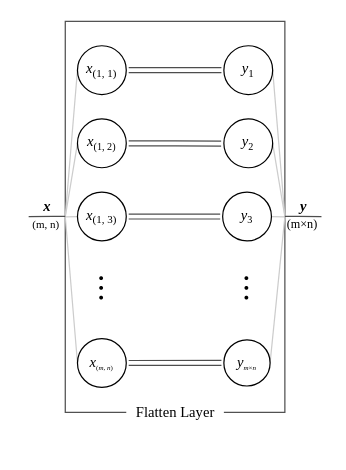
This is page "flatten" (3 of 3) of img/layers.drawio from dragoon8192/LaundryTag, a draw.io file, before an edit. Source tidied: cells renumbered, new cells numbered last; positions are measured from the earlier drawing's top-left corner, leaving out a move shared by most shapes. Both pictures are drawn from the tidied source at 122%, with x=0, y=0 at pixel (21, 21).
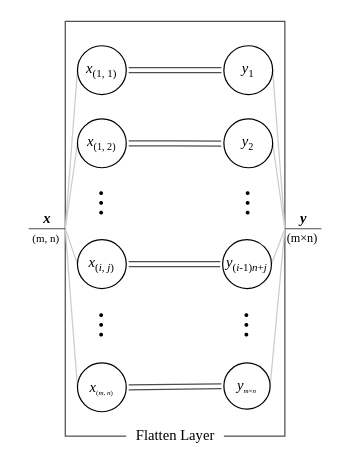
The same diagram, later.

Commit message:
layers.drawio を更新します

Unchanged cells that the change refers to:
```xml
<mxCell id="17" value="&lt;font size=&quot;1&quot; face=&quot;Times New Roman&quot;&gt;&lt;i style=&quot;font-size: 12px;&quot;&gt;x&lt;/i&gt;&lt;/font&gt;&lt;font size=&quot;1&quot; face=&quot;Times New Roman&quot; style=&quot;&quot;&gt;&lt;sub style=&quot;font-size: 9px;&quot;&gt;(1, 1)&lt;/sub&gt;&lt;/font&gt;" style="ellipse;whiteSpace=wrap;html=1;" parent="1" vertex="1">
  <mxGeometry x="46" y="20" width="40" height="40" as="geometry" />
</mxCell>
<mxCell id="24" value="&lt;font size=&quot;1&quot; face=&quot;Times New Roman&quot;&gt;&lt;i style=&quot;font-size: 12px;&quot;&gt;y&lt;/i&gt;&lt;/font&gt;&lt;font face=&quot;Times New Roman&quot; style=&quot;font-size: 10px;&quot;&gt;&lt;sub&gt;2&lt;/sub&gt;&lt;/font&gt;" style="ellipse;whiteSpace=wrap;html=1;" parent="1" vertex="1">
  <mxGeometry x="166" y="80" width="40" height="40" as="geometry" />
</mxCell>
<mxCell id="25" value="&lt;font face=&quot;Times New Roman&quot; style=&quot;&quot;&gt;&lt;span style=&quot;font-size: 12px;&quot;&gt;&lt;i style=&quot;&quot;&gt;y&lt;/i&gt;&lt;/span&gt;&lt;sub style=&quot;font-size: 9px;&quot;&gt;1&lt;/sub&gt;&lt;/font&gt;" style="ellipse;whiteSpace=wrap;html=1;" parent="1" vertex="1">
  <mxGeometry x="166" y="20" width="40" height="40" as="geometry" />
</mxCell>
```

What changed in the source:
```diff
@@
+    <mxCell id="28" value="&lt;font style=&quot;font-size: 9px;&quot;&gt;(m, n)&lt;/font&gt;" style="text;html=1;align=center;verticalAlign=middle;strokeColor=none;fillColor=none;fontSize=18;fontFamily=Times New Roman;spacing=0;labelBackgroundColor=none;" parent="1" vertex="1">
+      <mxGeometry y="160" width="40" height="30" as="geometry" />
+    </mxCell>
+    <mxCell id="29" value="&lt;font size=&quot;1&quot;&gt;(m×n)&lt;/font&gt;" style="text;html=1;align=center;verticalAlign=middle;strokeColor=none;fillColor=none;fontSize=18;fontFamily=Times New Roman;spacing=0;labelBackgroundColor=none;" parent="1" vertex="1">
+      <mxGeometry x="210" y="160" width="40" height="30" as="geometry" />
+    </mxCell>
     <mxCell id="2" style="rounded=0;whiteSpace=wrap;html=1;strokeWidth=1;fontFamily=Times New Roman;fontSize=12;fontColor=default;fillColor=none;strokeColor=#4D4D4D;" parent="1" vertex="1">
-      <mxGeometry x="36" width="180" height="320.5" as="geometry" />
+      <mxGeometry x="36" width="180" height="340" as="geometry" />
     </mxCell>
     <mxCell id="3" style="endArrow=none;html=1;rounded=0;strokeColor=#CCCCCC;entryX=1;entryY=0.5;entryDx=0;entryDy=0;" parent="1" edge="1" target="25">
       <mxGeometry relative="1" as="geometry">
-        <mxPoint x="216" y="160" as="sourcePoint" />
+        <mxPoint x="216" y="170" as="sourcePoint" />
       </mxGeometry>
     </mxCell>
     <mxCell id="4" style="endArrow=none;html=1;rounded=0;strokeColor=#CCCCCC;entryX=1;entryY=0.5;entryDx=0;entryDy=0;" parent="1" edge="1" target="24">
       <mxGeometry relative="1" as="geometry">
-        <mxPoint x="216" y="160" as="sourcePoint" />
+        <mxPoint x="216" y="170" as="sourcePoint" />
       </mxGeometry>
     </mxCell>
@@
     <mxCell id="6" style="endArrow=none;html=1;rounded=0;strokeColor=#CCCCCC;exitX=1;exitY=0.5;exitDx=0;exitDy=0;" parent="1" edge="1" source="22">
       <mxGeometry relative="1" as="geometry">
-        <mxPoint x="216" y="160" as="targetPoint" />
+        <mxPoint x="216" y="170" as="targetPoint" />
       </mxGeometry>
     </mxCell>
     <mxCell id="7" style="endArrow=none;html=1;rounded=0;strokeColor=#CCCCCC;entryX=0;entryY=0.5;entryDx=0;entryDy=0;" parent="1" edge="1" target="17">
       <mxGeometry relative="1" as="geometry">
-        <mxPoint x="36" y="160" as="sourcePoint" />
+        <mxPoint x="36" y="170" as="sourcePoint" />
       </mxGeometry>
     </mxCell>
@@
     <mxCell id="10" style="endArrow=none;html=1;rounded=0;strokeColor=#CCCCCC;entryX=0;entryY=0.5;entryDx=0;entryDy=0;" parent="1" edge="1" target="20">
       <mxGeometry relative="1" as="geometry">
-        <mxPoint x="36" y="160" as="sourcePoint" />
+        <mxPoint x="36" y="170" as="sourcePoint" />
       </mxGeometry>
     </mxCell>
@@
-    <mxCell id="13" value="&lt;b&gt;&lt;i&gt;x&lt;/i&gt;&lt;/b&gt;" style="endArrow=none;html=1;rounded=0;labelBackgroundColor=default;sketch=0;strokeColor=#4D4D4D;strokeWidth=1;fontFamily=Times New Roman;fontSize=12;fontColor=default;startSize=4;endSize=4;sourcePerimeterSpacing=0;targetPerimeterSpacing=0;shape=connector;jumpStyle=none;jumpSize=4;spacing=1;spacingLeft=0;labelBorderColor=none;verticalAlign=bottom;labelPosition=center;verticalLabelPosition=middle;align=center;" parent="1" edge="1">
+    <mxCell id="13" value="&lt;b&gt;&lt;i&gt;x&lt;/i&gt;&lt;/b&gt;" style="endArrow=none;html=1;rounded=0;labelBackgroundColor=default;sketch=0;strokeColor=#4D4D4D;strokeWidth=1;fontFamily=Times New Roman;fontSize=12;fontColor=default;startSize=4;endSize=4;sourcePerimeterSpacing=0;targetPerimeterSpacing=0;shape=connector;jumpStyle=none;jumpSize=4;spacing=1;spacingLeft=0;labelBorderColor=none;verticalAlign=bottom;labelPosition=center;verticalLabelPosition=middle;align=center;entryX=0;entryY=0.5;entryDx=0;entryDy=0;" parent="1" edge="1" target="2">
       <mxGeometry relative="1" as="geometry">
-        <mxPoint x="6" y="160" as="sourcePoint" />
-        <mxPoint x="36" y="159.8" as="targetPoint" />
-        <Array as="points">
-          <mxPoint x="26" y="159.8" />
-        </Array>
+        <mxPoint x="6" y="170" as="sourcePoint" />
       </mxGeometry>
     </mxCell>
@@
     <mxCell id="16" value="&lt;b&gt;&lt;i&gt;y&lt;/i&gt;&lt;/b&gt;" style="endArrow=none;html=1;rounded=0;labelBackgroundColor=default;sketch=0;strokeColor=#4D4D4D;strokeWidth=1;fontFamily=Times New Roman;fontSize=12;fontColor=default;startSize=4;endSize=4;sourcePerimeterSpacing=0;targetPerimeterSpacing=0;shape=connector;jumpStyle=none;jumpSize=4;spacing=1;spacingLeft=0;labelBorderColor=none;verticalAlign=bottom;" parent="1" edge="1">
       <mxGeometry relative="1" as="geometry">
-        <mxPoint x="216" y="159.8" as="sourcePoint" />
-        <mxPoint x="246" y="160" as="targetPoint" />
-        <Array as="points">
-          <mxPoint x="226" y="159.8" />
-        </Array>
+        <mxPoint x="216" y="170" as="sourcePoint" />
+        <mxPoint x="246" y="170" as="targetPoint" />
       </mxGeometry>
     </mxCell>
@@
-    <mxCell id="19" value="&lt;font size=&quot;1&quot; face=&quot;Times New Roman&quot;&gt;&lt;i style=&quot;font-size: 12px;&quot;&gt;x&lt;/i&gt;&lt;/font&gt;&lt;font size=&quot;1&quot; face=&quot;Times New Roman&quot; style=&quot;&quot;&gt;&lt;sub style=&quot;font-size: 9px;&quot;&gt;(1, 3)&lt;/sub&gt;&lt;/font&gt;" style="ellipse;whiteSpace=wrap;html=1;" parent="1" vertex="1">
-      <mxGeometry x="46" y="140" width="40" height="40" as="geometry" />
+    <mxCell id="19" value="&lt;font size=&quot;1&quot; face=&quot;Times New Roman&quot;&gt;&lt;i style=&quot;font-size: 12px;&quot;&gt;x&lt;/i&gt;&lt;/font&gt;&lt;font size=&quot;1&quot; face=&quot;Times New Roman&quot; style=&quot;&quot;&gt;&lt;sub style=&quot;font-size: 9px;&quot;&gt;(&lt;i&gt;i&lt;/i&gt;, &lt;i&gt;j&lt;/i&gt;)&lt;/sub&gt;&lt;/font&gt;" style="ellipse;whiteSpace=wrap;html=1;" parent="1" vertex="1">
+      <mxGeometry x="46" y="179" width="40" height="40" as="geometry" />
     </mxCell>
     <mxCell id="20" value="&lt;font face=&quot;Times New Roman&quot;&gt;&lt;i style=&quot;font-size: 12px;&quot;&gt;x&lt;/i&gt;&lt;span style=&quot;font-size: 6.94444px;&quot;&gt;&lt;sub style=&quot;&quot;&gt;(&lt;i&gt;m&lt;/i&gt;, &lt;i&gt;n&lt;/i&gt;)&lt;/sub&gt;&lt;/span&gt;&lt;/font&gt;" style="ellipse;whiteSpace=wrap;html=1;" parent="1" vertex="1">
-      <mxGeometry x="46" y="260" width="40" height="40" as="geometry" />
+      <mxGeometry x="46" y="280" width="40" height="40" as="geometry" />
     </mxCell>
     <mxCell id="21" value="Flatten Layer" style="text;html=1;align=center;verticalAlign=middle;strokeColor=none;fillColor=default;fontSize=12;fontFamily=Times New Roman;fontColor=default;spacing=0;" parent="1" vertex="1">
-      <mxGeometry x="86" y="311" width="80" height="20" as="geometry" />
+      <mxGeometry x="86" y="330" width="80" height="20" as="geometry" />
     </mxCell>
     <mxCell id="22" value="&lt;font face=&quot;Times New Roman&quot;&gt;&lt;i style=&quot;font-size: 12px;&quot;&gt;y&lt;/i&gt;&lt;span style=&quot;font-size: 6.94444px;&quot;&gt;&lt;sub style=&quot;&quot;&gt;&lt;i&gt;m&lt;/i&gt;×&lt;i&gt;n&lt;/i&gt;&lt;/sub&gt;&lt;/span&gt;&lt;/font&gt;" style="ellipse;whiteSpace=wrap;html=1;" parent="1" vertex="1">
-      <mxGeometry x="166" y="261" width="37.9" height="37.9" as="geometry" />
+      <mxGeometry x="166" y="280" width="37.9" height="37.9" as="geometry" />
     </mxCell>
-    <mxCell id="23" value="&lt;font size=&quot;1&quot; face=&quot;Times New Roman&quot;&gt;&lt;i style=&quot;font-size: 12px;&quot;&gt;y&lt;/i&gt;&lt;/font&gt;&lt;font face=&quot;Times New Roman&quot; style=&quot;font-size: 10px;&quot;&gt;&lt;sub&gt;3&lt;/sub&gt;&lt;/font&gt;" style="ellipse;whiteSpace=wrap;html=1;" parent="1" vertex="1">
-      <mxGeometry x="165" y="140" width="40" height="40" as="geometry" />
+    <mxCell id="23" value="&lt;font size=&quot;1&quot; face=&quot;Times New Roman&quot;&gt;&lt;i style=&quot;font-size: 12px;&quot;&gt;y&lt;/i&gt;&lt;/font&gt;&lt;font size=&quot;1&quot; face=&quot;Times New Roman&quot; style=&quot;&quot;&gt;&lt;sub style=&quot;font-size: 9px;&quot;&gt;(&lt;i&gt;i&lt;/i&gt;-1)&lt;i&gt;n&lt;/i&gt;+&lt;i&gt;j&lt;/i&gt;&lt;/sub&gt;&lt;/font&gt;" style="ellipse;whiteSpace=wrap;html=1;" parent="1" vertex="1">
+      <mxGeometry x="165" y="179" width="40" height="40" as="geometry" />
     </mxCell>
@@
     <mxCell id="26" value="&lt;span style=&quot;color: rgb(0, 0, 0); font-family: &amp;quot;Times New Roman&amp;quot;; font-size: 24px; font-style: normal; font-variant-ligatures: normal; font-variant-caps: normal; font-weight: 400; letter-spacing: normal; orphans: 2; text-indent: 0px; text-transform: none; widows: 2; word-spacing: 0px; -webkit-text-stroke-width: 0px; text-decoration-thickness: initial; text-decoration-style: initial; text-decoration-color: initial; float: none; display: inline !important;&quot;&gt;︙&lt;/span&gt;" style="text;whiteSpace=wrap;html=1;fontFamily=Times New Roman;align=center;verticalAlign=middle;fontSize=24;labelBackgroundColor=none;" parent="1" vertex="1">
-      <mxGeometry x="56" y="200" width="20" height="40" as="geometry" />
+      <mxGeometry x="56" y="230" width="20" height="40" as="geometry" />
     </mxCell>
     <mxCell id="27" value="&lt;span style=&quot;color: rgb(0, 0, 0); font-family: &amp;quot;Times New Roman&amp;quot;; font-size: 24px; font-style: normal; font-variant-ligatures: normal; font-variant-caps: normal; font-weight: 400; letter-spacing: normal; orphans: 2; text-indent: 0px; text-transform: none; widows: 2; word-spacing: 0px; -webkit-text-stroke-width: 0px; text-decoration-thickness: initial; text-decoration-style: initial; text-decoration-color: initial; float: none; display: inline !important;&quot;&gt;︙&lt;/span&gt;" style="text;whiteSpace=wrap;html=1;fontFamily=Times New Roman;align=center;verticalAlign=middle;fontSize=24;labelBackgroundColor=none;" parent="1" vertex="1">
-      <mxGeometry x="175" y="200" width="20" height="40" as="geometry" />
+      <mxGeometry x="175" y="230" width="20" height="40" as="geometry" />
     </mxCell>
-    <mxCell id="28" value="&lt;font style=&quot;font-size: 9px;&quot;&gt;(m, n)&lt;/font&gt;" style="text;html=1;align=center;verticalAlign=middle;strokeColor=none;fillColor=none;fontSize=18;fontFamily=Times New Roman;spacing=0;labelBackgroundColor=none;" parent="1" vertex="1">
-      <mxGeometry y="149" width="40" height="30" as="geometry" />
-    </mxCell>
-    <mxCell id="29" value="&lt;font size=&quot;1&quot;&gt;(m×n)&lt;/font&gt;" style="text;html=1;align=center;verticalAlign=middle;strokeColor=none;fillColor=none;fontSize=18;fontFamily=Times New Roman;spacing=0;labelBackgroundColor=none;" parent="1" vertex="1">
-      <mxGeometry x="210" y="149" width="40" height="30" as="geometry" />
-    </mxCell>
+    <mxCell id="30" value="&lt;span style=&quot;color: rgb(0, 0, 0); font-family: &amp;quot;Times New Roman&amp;quot;; font-size: 24px; font-style: normal; font-variant-ligatures: normal; font-variant-caps: normal; font-weight: 400; letter-spacing: normal; orphans: 2; text-indent: 0px; text-transform: none; widows: 2; word-spacing: 0px; -webkit-text-stroke-width: 0px; text-decoration-thickness: initial; text-decoration-style: initial; text-decoration-color: initial; float: none; display: inline !important;&quot;&gt;︙&lt;/span&gt;" style="text;whiteSpace=wrap;html=1;fontFamily=Times New Roman;align=center;verticalAlign=middle;fontSize=24;labelBackgroundColor=none;" parent="1" vertex="1">
+      <mxGeometry x="176" y="130" width="20" height="40" as="geometry" />
+    </mxCell>
+    <mxCell id="31" value="&lt;span style=&quot;color: rgb(0, 0, 0); font-family: &amp;quot;Times New Roman&amp;quot;; font-size: 24px; font-style: normal; font-variant-ligatures: normal; font-variant-caps: normal; font-weight: 400; letter-spacing: normal; orphans: 2; text-indent: 0px; text-transform: none; widows: 2; word-spacing: 0px; -webkit-text-stroke-width: 0px; text-decoration-thickness: initial; text-decoration-style: initial; text-decoration-color: initial; float: none; display: inline !important;&quot;&gt;︙&lt;/span&gt;" style="text;whiteSpace=wrap;html=1;fontFamily=Times New Roman;align=center;verticalAlign=middle;fontSize=24;labelBackgroundColor=none;" parent="1" vertex="1">
+      <mxGeometry x="56" y="130" width="20" height="40" as="geometry" />
+    </mxCell>
```
